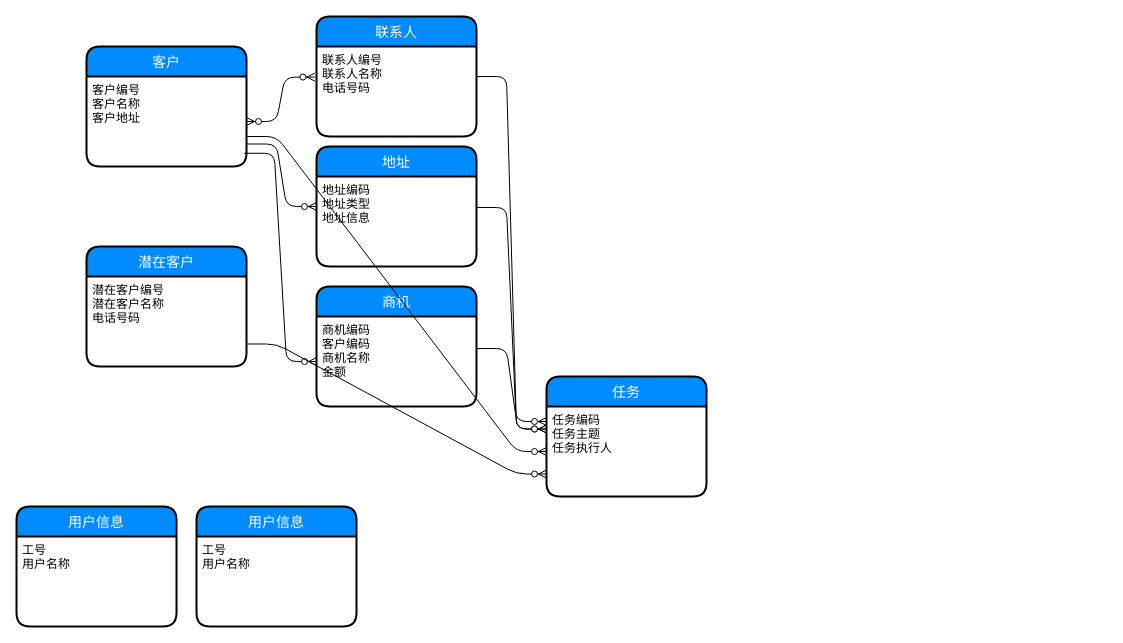
This is page "第 2 页" (2 of 2) of 美国联通crm项目.drawio from fengjj/webmarket0.1, a draw.io file, before an edit. Source tidied: cells renumbered, new cells numbered last; positions are measured from the earlier drawing's top-left corner, leaving out a move shared by most shapes. Both pictures are drawn from the tidied source at 100%, with x=0, y=0 at pixel (16, 16).
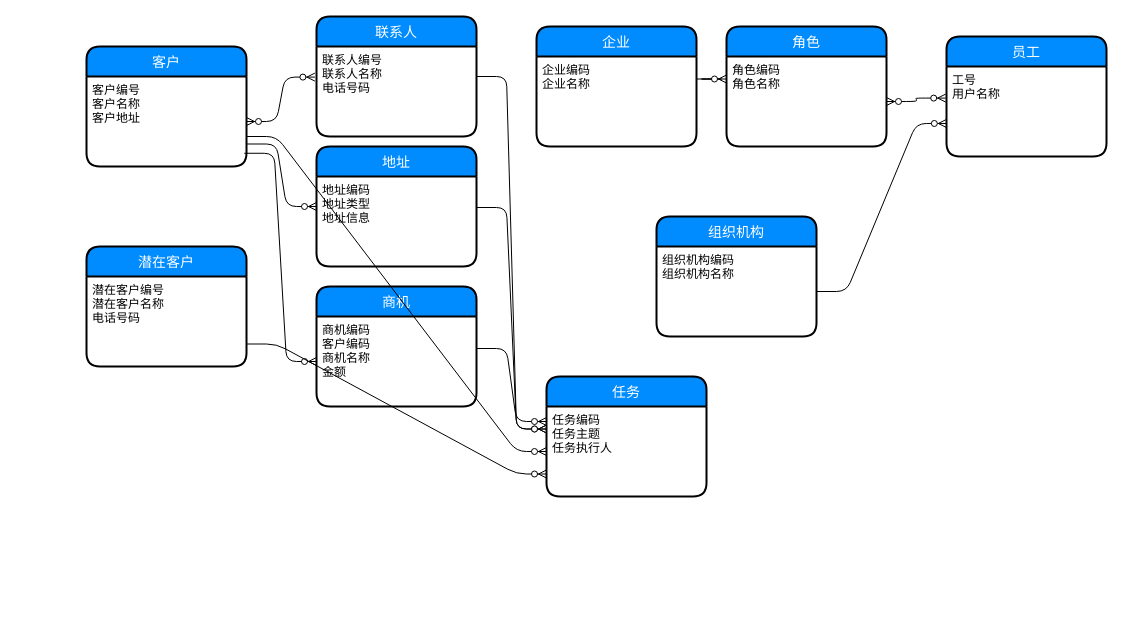
The same diagram, later.

Commit message:
更新美国联通crm项目.drawio

What changed in the source:
```diff
@@
-    <mxCell id="22" value="用户信息" style="swimlane;horizontal=1;startSize=30;fillColor=#008cff;fontColor=#FFFFFF;rounded=1;fontSize=14;fontStyle=0;strokeWidth=2;shadow=0;dashed=0;align=center;" parent="1" vertex="1">
-      <mxGeometry x="180" y="490" width="160" height="120" as="geometry" />
-    </mxCell>
-    <mxCell id="23" value="工号&#10;用户名称" style="align=left;strokeColor=none;fillColor=none;spacingLeft=4;fontSize=12;verticalAlign=top;" parent="22" vertex="1">
-      <mxGeometry y="30" width="160" height="90" as="geometry" />
-    </mxCell>
-    <mxCell id="24" value="用户信息" style="swimlane;horizontal=1;startSize=30;fillColor=#008cff;fontColor=#FFFFFF;rounded=1;fontSize=14;fontStyle=0;strokeWidth=2;shadow=0;dashed=0;align=center;" parent="1" vertex="1">
-      <mxGeometry y="490" width="160" height="120" as="geometry" />
-    </mxCell>
-    <mxCell id="25" value="工号&#10;用户名称" style="align=left;strokeColor=none;fillColor=none;spacingLeft=4;fontSize=12;verticalAlign=top;" parent="24" vertex="1">
-      <mxGeometry y="30" width="160" height="90" as="geometry" />
-    </mxCell>
+    <mxCell id="26" value="员工" style="swimlane;horizontal=1;startSize=30;fillColor=#008cff;fontColor=#FFFFFF;rounded=1;fontSize=14;fontStyle=0;strokeWidth=2;shadow=0;dashed=0;align=center;" parent="1" vertex="1">
+      <mxGeometry x="930" y="20" width="160" height="120" as="geometry" />
+    </mxCell>
+    <mxCell id="27" value="工号&#10;用户名称" style="align=left;strokeColor=none;fillColor=none;spacingLeft=4;fontSize=12;verticalAlign=top;" parent="26" vertex="1">
+      <mxGeometry y="30" width="160" height="90" as="geometry" />
+    </mxCell>
+    <mxCell id="28" value="企业" style="swimlane;horizontal=1;startSize=30;fillColor=#008cff;fontColor=#FFFFFF;rounded=1;fontSize=14;fontStyle=0;strokeWidth=2;shadow=0;dashed=0;align=center;" parent="1" vertex="1">
+      <mxGeometry x="520" y="10" width="160" height="120" as="geometry" />
+    </mxCell>
+    <mxCell id="29" value="企业编码&#10;企业名称" style="align=left;strokeColor=none;fillColor=none;spacingLeft=4;fontSize=12;verticalAlign=top;" parent="28" vertex="1">
+      <mxGeometry y="30" width="160" height="90" as="geometry" />
+    </mxCell>
+    <mxCell id="30" value="角色" style="swimlane;horizontal=1;startSize=30;fillColor=#008cff;fontColor=#FFFFFF;rounded=1;fontSize=14;fontStyle=0;strokeWidth=2;shadow=0;dashed=0;align=center;" parent="1" vertex="1">
+      <mxGeometry x="710" y="10" width="160" height="120" as="geometry" />
+    </mxCell>
+    <mxCell id="31" value="角色编码&#10;角色名称" style="align=left;strokeColor=none;fillColor=none;spacingLeft=4;fontSize=12;verticalAlign=top;" parent="30" vertex="1">
+      <mxGeometry y="30" width="160" height="90" as="geometry" />
+    </mxCell>
+    <mxCell id="32" value="组织机构" style="swimlane;horizontal=1;startSize=30;fillColor=#008cff;fontColor=#FFFFFF;rounded=1;fontSize=14;fontStyle=0;strokeWidth=2;shadow=0;dashed=0;align=center;" parent="1" vertex="1">
+      <mxGeometry x="640" y="200" width="160" height="120" as="geometry" />
+    </mxCell>
+    <mxCell id="33" value="组织机构编码&#10;组织机构名称" style="align=left;strokeColor=none;fillColor=none;spacingLeft=4;fontSize=12;verticalAlign=top;" parent="32" vertex="1">
+      <mxGeometry y="30" width="160" height="90" as="geometry" />
+    </mxCell>
+    <mxCell id="34" style="edgeStyle=entityRelationEdgeStyle;fontSize=12;html=1;endArrow=ERzeroToMany;endFill=1;exitX=1;exitY=0.25;exitDx=0;exitDy=0;entryX=0;entryY=0.25;entryDx=0;entryDy=0;" parent="1" edge="1" source="29" target="31">
+      <mxGeometry relative="1" as="geometry" />
+    </mxCell>
+    <mxCell id="35" style="edgeStyle=entityRelationEdgeStyle;fontSize=12;html=1;endArrow=ERzeroToMany;endFill=1;startArrow=ERzeroToMany;entryX=-0.005;entryY=0.351;entryDx=0;entryDy=0;entryPerimeter=0;" parent="1" edge="1" source="31" target="27">
+      <mxGeometry relative="1" as="geometry" />
+    </mxCell>
+    <mxCell id="36" style="edgeStyle=entityRelationEdgeStyle;fontSize=12;html=1;endArrow=ERzeroToMany;endFill=1;exitX=1;exitY=0.5;exitDx=0;exitDy=0;entryX=-0.001;entryY=0.633;entryDx=0;entryDy=0;entryPerimeter=0;" parent="1" edge="1" source="33" target="27">
+      <mxGeometry relative="1" as="geometry" />
+    </mxCell>
```
